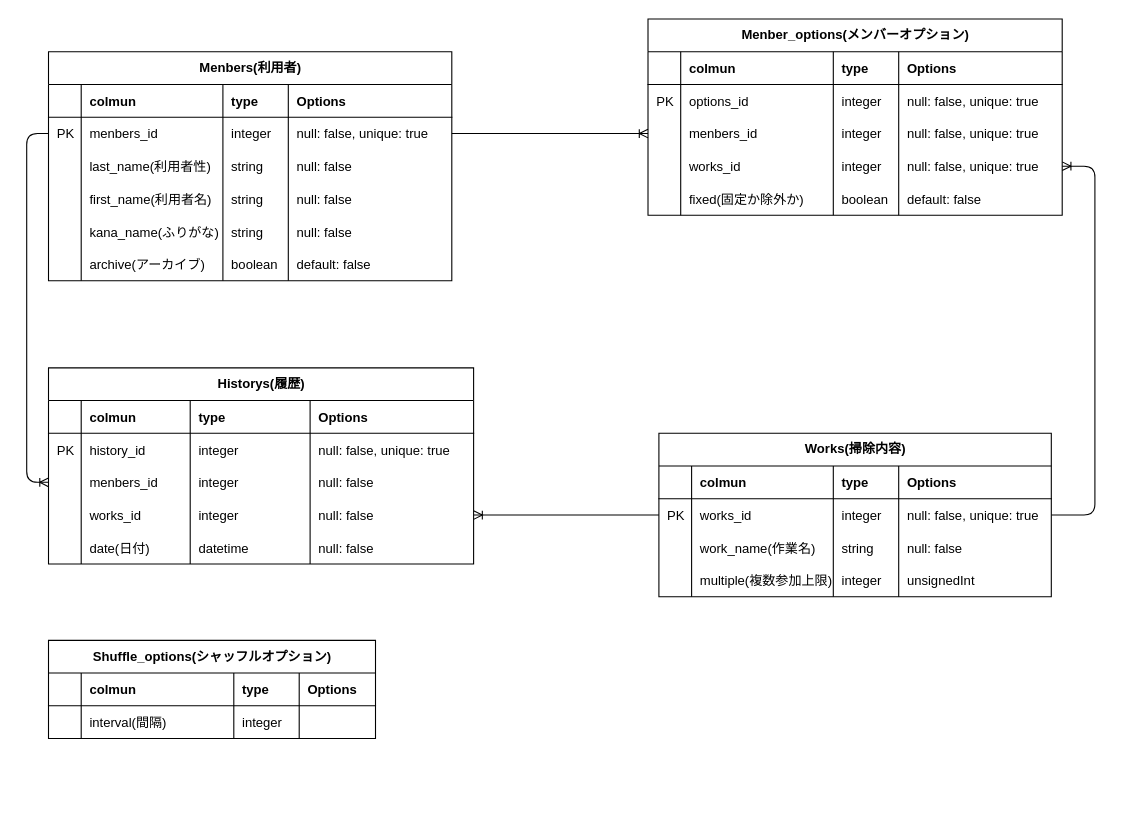
Before: ER図(掃除当番管理アプリ).drawio in yudai142/DutyShuffle, a draw.io diagram. Source tidied: cells renumbered, new cells numbered last; positions are measured from the earlier drawing's top-left corner, leaving out a move shared by most shapes. Both pictures are drawn from the tidied source at 109%, with x=0, y=0 at pixel (26, 19).
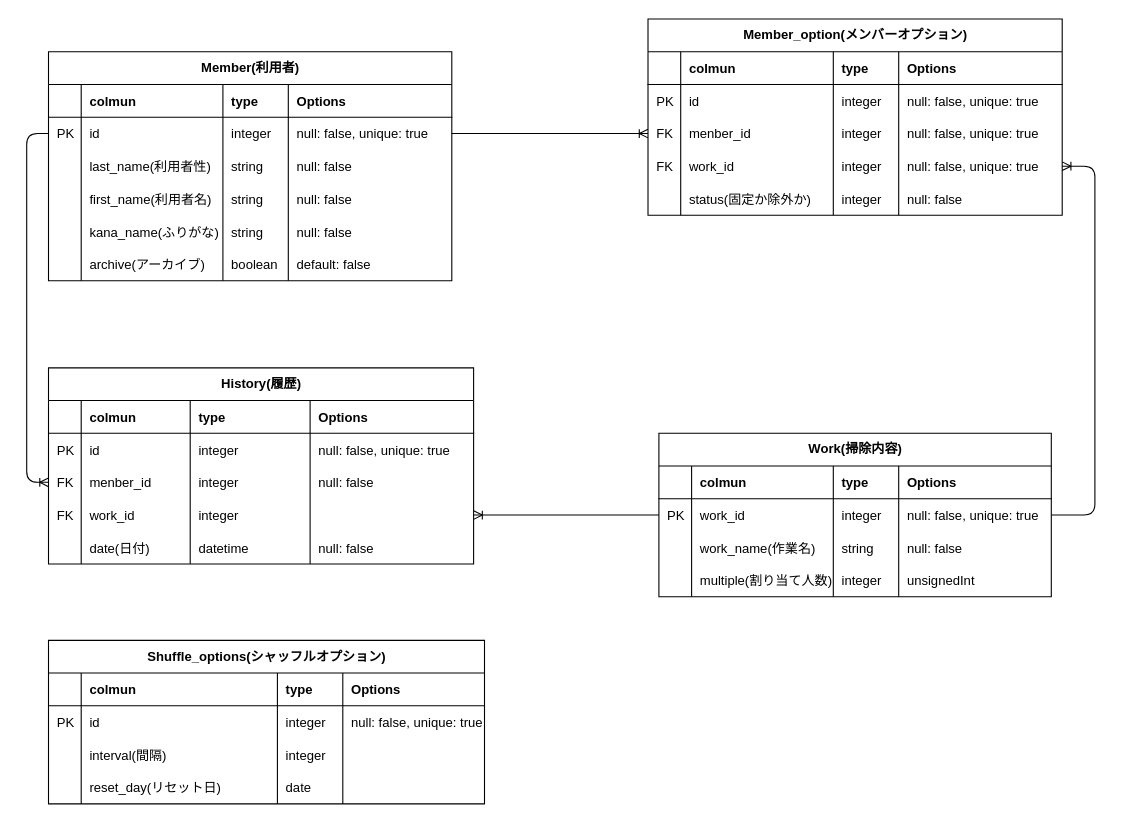
Above is the later version.

Commit message (it also covers changes not shown here):
カンプ・ER図修正

The change refers to these unchanged cells:
```xml
<mxCell id="8" style="shape=partialRectangle;fillColor=none;top=0;left=0;bottom=0;right=0;" parent="2" vertex="1">
  <mxGeometry y="60" width="380" height="30" as="geometry" />
</mxCell>
<mxCell id="13" style="shape=partialRectangle;fillColor=none;top=0;left=0;bottom=0;right=0;points=[[0,0.5],[1,0.5]];portConstraint=eastwest;" parent="2" vertex="1">
  <mxGeometry y="90" width="380" height="30" as="geometry" />
</mxCell>
<mxCell id="18" style="shape=partialRectangle;fillColor=none;top=0;left=0;bottom=0;right=0;points=[[0,0.5],[1,0.5]];portConstraint=eastwest;" parent="2" vertex="1">
  <mxGeometry y="120" width="380" height="30" as="geometry" />
</mxCell>
<mxCell id="23" style="shape=partialRectangle;fillColor=none;top=0;left=0;bottom=0;right=0;" parent="2" vertex="1">
  <mxGeometry y="150" width="380" height="30" as="geometry" />
</mxCell>
<mxCell id="34" style="shape=partialRectangle;fillColor=none;top=0;left=0;bottom=0;right=0;points=[[0,0.5],[1,0.5]];portConstraint=eastwest;" parent="28" vertex="1">
  <mxGeometry y="60" width="370" height="30" as="geometry" />
</mxCell>
<mxCell id="65" style="shape=partialRectangle;fillColor=none;top=0;left=0;bottom=0;right=0;" parent="59" vertex="1">
  <mxGeometry y="60" width="390" height="30" as="geometry" />
</mxCell>
<mxCell id="70" style="shape=partialRectangle;fillColor=none;top=0;left=0;bottom=0;right=0;points=[[0,0.5],[1,0.5]];portConstraint=eastwest;" parent="59" vertex="1">
  <mxGeometry y="90" width="390" height="30" as="geometry" />
</mxCell>
<mxCell id="75" style="shape=partialRectangle;fillColor=none;top=0;left=0;bottom=0;right=0;points=[[0,0.5],[1,0.5]];portConstraint=eastwest;" parent="59" vertex="1">
  <mxGeometry y="120" width="390" height="30" as="geometry" />
</mxCell>
<mxCell id="92" style="shape=partialRectangle;fillColor=none;top=0;left=0;bottom=0;right=0;points=[[0,0.5],[1,0.5]];portConstraint=eastwest;" parent="86" vertex="1">
  <mxGeometry y="60" width="360" height="30" as="geometry" />
</mxCell>
<mxCell id="102" style="shape=partialRectangle;fillColor=none;top=0;left=0;bottom=0;right=0;" parent="86" vertex="1">
  <mxGeometry y="120" width="360" height="30" as="geometry" />
</mxCell>
```

What changed in the source:
```diff
@@
-    <mxCell id="2" value="Menber_options(メンバーオプション)" style="shape=table;startSize=30;childLayout=tableLayout;rowLines=0;fontStyle=1;align=center;html=1;direction=east;" parent="1" vertex="1">
+    <mxCell id="2" value="Member_option(メンバーオプション)" style="shape=table;startSize=30;childLayout=tableLayout;rowLines=0;fontStyle=1;align=center;html=1;direction=east;" parent="1" vertex="1">
       <mxGeometry x="570" width="380" height="180" as="geometry" />
     </mxCell>
@@
-    <mxCell id="10" value="options_id" style="shape=partialRectangle;fillColor=none;top=0;left=0;bottom=0;right=0;align=left;spacingLeft=6;overflow=hidden;" parent="8" vertex="1">
+    <mxCell id="10" value="id" style="shape=partialRectangle;fillColor=none;top=0;left=0;bottom=0;right=0;align=left;spacingLeft=6;overflow=hidden;" parent="8" vertex="1">
       <mxGeometry x="30" width="140" height="30" as="geometry" />
     </mxCell>
@@
-    <mxCell id="14" style="shape=partialRectangle;fillColor=none;top=0;left=0;bottom=0;right=0;align=left;spacingLeft=6;overflow=hidden;" parent="13" vertex="1">
+    <mxCell id="14" value="FK" style="shape=partialRectangle;fillColor=none;top=0;left=0;bottom=0;right=0;align=left;spacingLeft=6;overflow=hidden;" parent="13" vertex="1">
       <mxGeometry width="30" height="30" as="geometry" />
     </mxCell>
-    <mxCell id="15" value="menbers_id" style="shape=partialRectangle;fillColor=none;top=0;left=0;bottom=0;right=0;align=left;spacingLeft=6;overflow=hidden;" parent="13" vertex="1">
+    <mxCell id="15" value="menber_id" style="shape=partialRectangle;fillColor=none;top=0;left=0;bottom=0;right=0;align=left;spacingLeft=6;overflow=hidden;" parent="13" vertex="1">
       <mxGeometry x="30" width="140" height="30" as="geometry" />
     </mxCell>
@@
-    <mxCell id="19" style="shape=partialRectangle;fillColor=none;top=0;left=0;bottom=0;right=0;align=left;spacingLeft=6;overflow=hidden;" parent="18" vertex="1">
+    <mxCell id="19" value="FK" style="shape=partialRectangle;fillColor=none;top=0;left=0;bottom=0;right=0;align=left;spacingLeft=6;overflow=hidden;" parent="18" vertex="1">
       <mxGeometry width="30" height="30" as="geometry" />
     </mxCell>
-    <mxCell id="20" value="works_id" style="shape=partialRectangle;fillColor=none;top=0;left=0;bottom=0;right=0;align=left;spacingLeft=6;overflow=hidden;" parent="18" vertex="1">
+    <mxCell id="20" value="work_id" style="shape=partialRectangle;fillColor=none;top=0;left=0;bottom=0;right=0;align=left;spacingLeft=6;overflow=hidden;" parent="18" vertex="1">
       <mxGeometry x="30" width="140" height="30" as="geometry" />
     </mxCell>
@@
-    <mxCell id="25" value="fixed(固定か除外か)" style="shape=partialRectangle;fillColor=none;top=0;left=0;bottom=0;right=0;align=left;spacingLeft=6;overflow=hidden;" parent="23" vertex="1">
+    <mxCell id="25" value="status(固定か除外か)" style="shape=partialRectangle;fillColor=none;top=0;left=0;bottom=0;right=0;align=left;spacingLeft=6;overflow=hidden;" parent="23" vertex="1">
       <mxGeometry x="30" width="140" height="30" as="geometry" />
     </mxCell>
-    <mxCell id="26" value="boolean" style="shape=partialRectangle;fillColor=none;top=0;left=0;bottom=0;right=0;align=left;spacingLeft=6;overflow=hidden;" parent="23" vertex="1">
+    <mxCell id="26" value="integer" style="shape=partialRectangle;fillColor=none;top=0;left=0;bottom=0;right=0;align=left;spacingLeft=6;overflow=hidden;" parent="23" vertex="1">
       <mxGeometry x="170" width="60" height="30" as="geometry" />
     </mxCell>
-    <mxCell id="27" value="default: false" style="shape=partialRectangle;fillColor=none;top=0;left=0;bottom=0;right=0;align=left;spacingLeft=6;overflow=hidden;" parent="23" vertex="1">
+    <mxCell id="27" value="null: false" style="shape=partialRectangle;fillColor=none;top=0;left=0;bottom=0;right=0;align=left;spacingLeft=6;overflow=hidden;" parent="23" vertex="1">
       <mxGeometry x="230" width="150" height="30" as="geometry" />
     </mxCell>
-    <mxCell id="28" value="Menbers(利用者)" style="shape=table;startSize=30;childLayout=tableLayout;rowLines=0;fontStyle=1;align=center;html=1;direction=east;" parent="1" vertex="1">
+    <mxCell id="28" value="Member(利用者)" style="shape=table;startSize=30;childLayout=tableLayout;rowLines=0;fontStyle=1;align=center;html=1;direction=east;" parent="1" vertex="1">
       <mxGeometry x="20" y="30" width="370" height="210" as="geometry" />
     </mxCell>
@@
-    <mxCell id="36" value="menbers_id" style="shape=partialRectangle;fillColor=none;top=0;left=0;bottom=0;right=0;align=left;spacingLeft=6;overflow=hidden;" parent="34" vertex="1">
+    <mxCell id="36" value="id" style="shape=partialRectangle;fillColor=none;top=0;left=0;bottom=0;right=0;align=left;spacingLeft=6;overflow=hidden;" parent="34" vertex="1">
       <mxGeometry x="30" width="130" height="30" as="geometry" />
     </mxCell>
@@
-    <mxCell id="59" value="Historys(履歴)" style="shape=table;startSize=30;childLayout=tableLayout;rowLines=0;fontStyle=1;align=center;html=1;direction=east;" parent="1" vertex="1">
+    <mxCell id="59" value="History(履歴)" style="shape=table;startSize=30;childLayout=tableLayout;rowLines=0;fontStyle=1;align=center;html=1;direction=east;" parent="1" vertex="1">
       <mxGeometry x="20" y="320" width="390" height="180" as="geometry" />
     </mxCell>
@@
-    <mxCell id="67" value="history_id" style="shape=partialRectangle;fillColor=none;top=0;left=0;bottom=0;right=0;align=left;spacingLeft=6;overflow=hidden;" parent="65" vertex="1">
+    <mxCell id="67" value="id" style="shape=partialRectangle;fillColor=none;top=0;left=0;bottom=0;right=0;align=left;spacingLeft=6;overflow=hidden;" parent="65" vertex="1">
       <mxGeometry x="30" width="100" height="30" as="geometry" />
     </mxCell>
@@
-    <mxCell id="71" style="shape=partialRectangle;fillColor=none;top=0;left=0;bottom=0;right=0;align=left;spacingLeft=6;overflow=hidden;" parent="70" vertex="1">
+    <mxCell id="71" value="FK" style="shape=partialRectangle;fillColor=none;top=0;left=0;bottom=0;right=0;align=left;spacingLeft=6;overflow=hidden;" parent="70" vertex="1">
       <mxGeometry width="30" height="30" as="geometry" />
     </mxCell>
-    <mxCell id="72" value="menbers_id" style="shape=partialRectangle;fillColor=none;top=0;left=0;bottom=0;right=0;align=left;spacingLeft=6;overflow=hidden;" parent="70" vertex="1">
+    <mxCell id="72" value="menber_id" style="shape=partialRectangle;fillColor=none;top=0;left=0;bottom=0;right=0;align=left;spacingLeft=6;overflow=hidden;" parent="70" vertex="1">
       <mxGeometry x="30" width="100" height="30" as="geometry" />
     </mxCell>
@@
-    <mxCell id="76" style="shape=partialRectangle;fillColor=none;top=0;left=0;bottom=0;right=0;align=left;spacingLeft=6;overflow=hidden;" parent="75" vertex="1">
+    <mxCell id="76" value="FK" style="shape=partialRectangle;fillColor=none;top=0;left=0;bottom=0;right=0;align=left;spacingLeft=6;overflow=hidden;" parent="75" vertex="1">
       <mxGeometry width="30" height="30" as="geometry" />
     </mxCell>
-    <mxCell id="77" value="works_id" style="shape=partialRectangle;fillColor=none;top=0;left=0;bottom=0;right=0;align=left;spacingLeft=6;overflow=hidden;" parent="75" vertex="1">
+    <mxCell id="77" value="work_id" style="shape=partialRectangle;fillColor=none;top=0;left=0;bottom=0;right=0;align=left;spacingLeft=6;overflow=hidden;" parent="75" vertex="1">
       <mxGeometry x="30" width="100" height="30" as="geometry" />
     </mxCell>
@@
-    <mxCell id="79" value="null: false" style="shape=partialRectangle;fillColor=none;top=0;left=0;bottom=0;right=0;align=left;spacingLeft=6;overflow=hidden;" parent="75" vertex="1">
+    <mxCell id="79" style="shape=partialRectangle;fillColor=none;top=0;left=0;bottom=0;right=0;align=left;spacingLeft=6;overflow=hidden;" parent="75" vertex="1">
       <mxGeometry x="240" width="150" height="30" as="geometry" />
     </mxCell>
@@
-    <mxCell id="86" value="Works(掃除内容)" style="shape=table;startSize=30;childLayout=tableLayout;rowLines=0;fontStyle=1;align=center;html=1;direction=east;" parent="1" vertex="1">
+    <mxCell id="86" value="Work(掃除内容)" style="shape=table;startSize=30;childLayout=tableLayout;rowLines=0;fontStyle=1;align=center;html=1;direction=east;" parent="1" vertex="1">
       <mxGeometry x="580" y="380" width="360" height="150" as="geometry" />
     </mxCell>
@@
-    <mxCell id="94" value="works_id" style="shape=partialRectangle;fillColor=none;top=0;left=0;bottom=0;right=0;align=left;spacingLeft=6;overflow=hidden;" parent="92" vertex="1">
+    <mxCell id="94" value="work_id" style="shape=partialRectangle;fillColor=none;top=0;left=0;bottom=0;right=0;align=left;spacingLeft=6;overflow=hidden;" parent="92" vertex="1">
       <mxGeometry x="30" width="130" height="30" as="geometry" />
     </mxCell>
@@
-    <mxCell id="104" value="multiple(複数参加上限)" style="shape=partialRectangle;fillColor=none;top=0;left=0;bottom=0;right=0;align=left;spacingLeft=6;overflow=hidden;" parent="102" vertex="1">
+    <mxCell id="104" value="multiple(割り当て人数)" style="shape=partialRectangle;fillColor=none;top=0;left=0;bottom=0;right=0;align=left;spacingLeft=6;overflow=hidden;" parent="102" vertex="1">
       <mxGeometry x="30" width="130" height="30" as="geometry" />
     </mxCell>
@@
     <mxCell id="110" value="Shuffle_options(シャッフルオプション)" style="shape=table;startSize=30;childLayout=tableLayout;rowLines=0;fontStyle=1;align=center;html=1;direction=east;" parent="1" vertex="1">
-      <mxGeometry x="20" y="570" width="300" height="90" as="geometry" />
+      <mxGeometry x="20" y="570" width="400" height="150" as="geometry" />
     </mxCell>
     <mxCell id="111" style="shape=partialRectangle;fillColor=none;top=0;left=0;bottom=1;right=0;points=[[0,0.5],[1,0.5]];portConstraint=eastwest;" parent="110" vertex="1">
-      <mxGeometry y="30" width="300" height="30" as="geometry" />
+      <mxGeometry y="30" width="400" height="30" as="geometry" />
     </mxCell>
@@
     <mxCell id="113" value="colmun" style="shape=partialRectangle;fillColor=none;top=0;left=0;bottom=0;right=0;align=left;spacingLeft=6;fontStyle=1;overflow=hidden;" parent="111" vertex="1">
-      <mxGeometry x="30" width="140" height="30" as="geometry" />
+      <mxGeometry x="30" width="180" height="30" as="geometry" />
     </mxCell>
     <mxCell id="114" value="type" style="shape=partialRectangle;fillColor=none;top=0;left=0;bottom=0;right=0;align=left;spacingLeft=6;fontStyle=1;overflow=hidden;" parent="111" vertex="1">
-      <mxGeometry x="170" width="60" height="30" as="geometry" />
+      <mxGeometry x="210" width="60" height="30" as="geometry" />
     </mxCell>
     <mxCell id="115" value="Options" style="shape=partialRectangle;fillColor=none;top=0;left=0;bottom=0;right=0;align=left;spacingLeft=6;fontStyle=1;overflow=hidden;" parent="111" vertex="1">
-      <mxGeometry x="230" width="70" height="30" as="geometry" />
+      <mxGeometry x="270" width="130" height="30" as="geometry" />
     </mxCell>
     <mxCell id="116" style="shape=partialRectangle;fillColor=none;top=0;left=0;bottom=0;right=0;" parent="110" vertex="1">
-      <mxGeometry y="60" width="300" height="30" as="geometry" />
+      <mxGeometry y="60" width="400" height="30" as="geometry" />
     </mxCell>
-    <mxCell id="117" style="shape=partialRectangle;fillColor=none;top=0;left=0;bottom=0;right=0;align=left;spacingLeft=6;overflow=hidden;" parent="116" vertex="1">
+    <mxCell id="117" value="PK" style="shape=partialRectangle;fillColor=none;top=0;left=0;bottom=0;right=0;align=left;spacingLeft=6;overflow=hidden;" parent="116" vertex="1">
       <mxGeometry width="30" height="30" as="geometry" />
     </mxCell>
-    <mxCell id="118" value="interval(間隔)" style="shape=partialRectangle;fillColor=none;top=0;left=0;bottom=0;right=0;align=left;spacingLeft=6;overflow=hidden;" parent="116" vertex="1">
-      <mxGeometry x="30" width="140" height="30" as="geometry" />
+    <mxCell id="118" value="id" style="shape=partialRectangle;fillColor=none;top=0;left=0;bottom=0;right=0;align=left;spacingLeft=6;overflow=hidden;" parent="116" vertex="1">
+      <mxGeometry x="30" width="180" height="30" as="geometry" />
     </mxCell>
     <mxCell id="119" value="integer" style="shape=partialRectangle;fillColor=none;top=0;left=0;bottom=0;right=0;align=left;spacingLeft=6;overflow=hidden;" parent="116" vertex="1">
-      <mxGeometry x="170" width="60" height="30" as="geometry" />
+      <mxGeometry x="210" width="60" height="30" as="geometry" />
     </mxCell>
-    <mxCell id="120" style="shape=partialRectangle;fillColor=none;top=0;left=0;bottom=0;right=0;align=left;spacingLeft=6;overflow=hidden;" parent="116" vertex="1">
-      <mxGeometry x="230" width="70" height="30" as="geometry" />
+    <mxCell id="120" value="null: false, unique: true" style="shape=partialRectangle;fillColor=none;top=0;left=0;bottom=0;right=0;align=left;spacingLeft=6;overflow=hidden;" parent="116" vertex="1">
+      <mxGeometry x="270" width="130" height="30" as="geometry" />
     </mxCell>
@@
+    <mxCell id="122" style="shape=partialRectangle;fillColor=none;top=0;left=0;bottom=0;right=0;" parent="110" vertex="1">
+      <mxGeometry y="90" width="400" height="30" as="geometry" />
+    </mxCell>
+    <mxCell id="123" style="shape=partialRectangle;fillColor=none;top=0;left=0;bottom=0;right=0;align=left;spacingLeft=6;overflow=hidden;" parent="122" vertex="1">
+      <mxGeometry width="30" height="30" as="geometry" />
+    </mxCell>
+    <mxCell id="124" value="interval(間隔)" style="shape=partialRectangle;fillColor=none;top=0;left=0;bottom=0;right=0;align=left;spacingLeft=6;overflow=hidden;" parent="122" vertex="1">
+      <mxGeometry x="30" width="180" height="30" as="geometry" />
+    </mxCell>
+    <mxCell id="125" value="integer" style="shape=partialRectangle;fillColor=none;top=0;left=0;bottom=0;right=0;align=left;spacingLeft=6;overflow=hidden;" parent="122" vertex="1">
+      <mxGeometry x="210" width="60" height="30" as="geometry" />
+    </mxCell>
+    <mxCell id="126" style="shape=partialRectangle;fillColor=none;top=0;left=0;bottom=0;right=0;align=left;spacingLeft=6;overflow=hidden;" parent="122" vertex="1">
+      <mxGeometry x="270" width="130" height="30" as="geometry" />
+    </mxCell>
+    <mxCell id="127" style="shape=partialRectangle;fillColor=none;top=0;left=0;bottom=0;right=0;" parent="110" vertex="1">
+      <mxGeometry y="120" width="400" height="30" as="geometry" />
+    </mxCell>
+    <mxCell id="128" style="shape=partialRectangle;fillColor=none;top=0;left=0;bottom=0;right=0;align=left;spacingLeft=6;overflow=hidden;" parent="127" vertex="1">
+      <mxGeometry width="30" height="30" as="geometry" />
+    </mxCell>
+    <mxCell id="129" value="reset_day(リセット日)" style="shape=partialRectangle;fillColor=none;top=0;left=0;bottom=0;right=0;align=left;spacingLeft=6;overflow=hidden;" parent="127" vertex="1">
+      <mxGeometry x="30" width="180" height="30" as="geometry" />
+    </mxCell>
+    <mxCell id="130" value="date" style="shape=partialRectangle;fillColor=none;top=0;left=0;bottom=0;right=0;align=left;spacingLeft=6;overflow=hidden;" parent="127" vertex="1">
+      <mxGeometry x="210" width="60" height="30" as="geometry" />
+    </mxCell>
+    <mxCell id="131" style="shape=partialRectangle;fillColor=none;top=0;left=0;bottom=0;right=0;align=left;spacingLeft=6;overflow=hidden;" parent="127" vertex="1">
+      <mxGeometry x="270" width="130" height="30" as="geometry" />
+    </mxCell>
```
